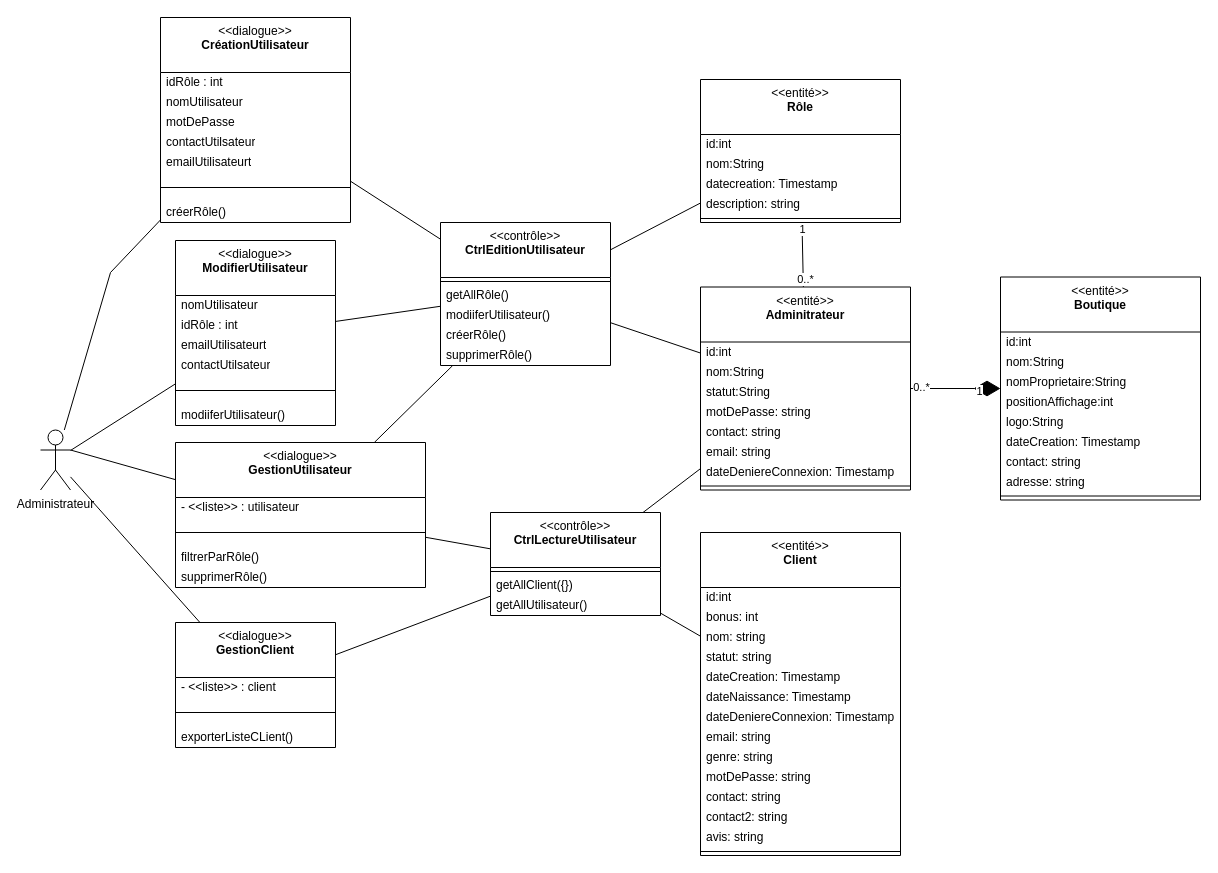
The draw.io diagram page "DCP-2-GESTION-DES-UTLISATEURS" (9 of 10) of Diagramme cas d'utiilisation katina.drawio in kbvac/Diagramme-UML, before the edit. Source tidied: cells renumbered, new cells numbered last; positions are measured from the earlier drawing's top-left corner, leaving out a move shared by most shapes. Both pictures are drawn from the tidied source at 100%, with x=0, y=0 at pixel (40, 17).
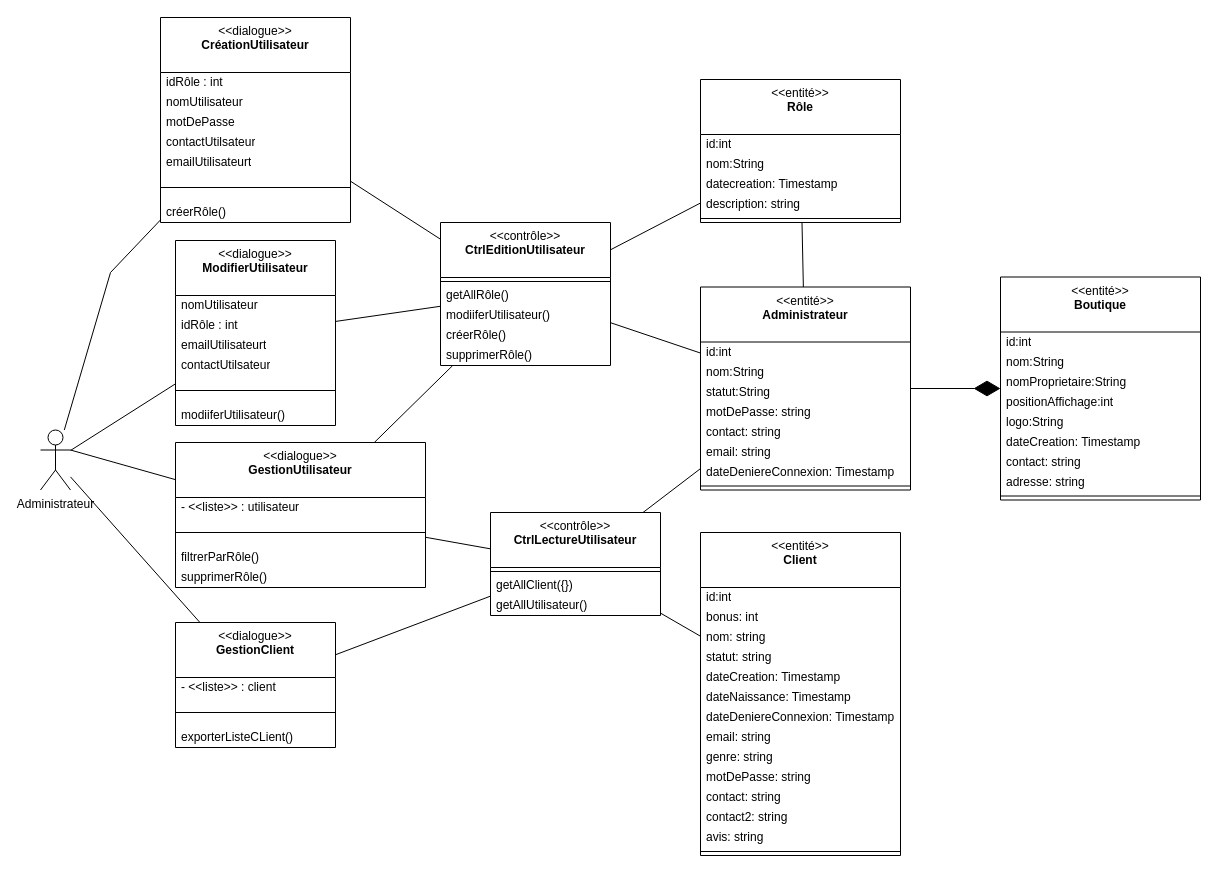
The same page after the edit.

The change refers to these unchanged cells:
```xml
<mxCell id="52" style="endArrow=diamondThin;endFill=1;endSize=24;html=1;rounded=0;" parent="1" edge="1" source="32" target="42">
  <mxGeometry relative="1" as="geometry" />
</mxCell>
<mxCell id="90" style="endArrow=none;startArrow=none;endFill=0;startFill=0;endSize=8;html=1;verticalAlign=bottom;labelBackgroundColor=none;strokeWidth=1;rounded=0;" parent="1" edge="1" source="84" target="32">
  <mxGeometry relative="1" as="geometry" />
</mxCell>
```

Change to the diagram source:
```diff
@@
-    <mxCell id="32" value="&amp;lt;&amp;lt;entité&amp;gt;&amp;gt;&lt;br&gt;&lt;b&gt;Adminitrateur&lt;/b&gt;" style="swimlane;fontStyle=0;align=center;verticalAlign=top;horizontal=1;startSize=55;html=1;whiteSpace=wrap;" parent="1" vertex="1">
+    <mxCell id="32" value="&amp;lt;&amp;lt;entité&amp;gt;&amp;gt;&lt;br&gt;&lt;b&gt;Administrateur&lt;/b&gt;" style="swimlane;fontStyle=0;align=center;verticalAlign=top;horizontal=1;startSize=55;html=1;whiteSpace=wrap;" parent="1" vertex="1">
       <mxGeometry x="660" y="269.5" width="210" height="203" as="geometry" />
     </mxCell>
@@
-    <mxCell id="53" value="1" style="edgeLabel;html=1;align=center;verticalAlign=middle;" parent="52" vertex="1">
-      <mxGeometry x="0.52" y="-2" relative="1" as="geometry" />
-    </mxCell>
-    <mxCell id="54" value="0..*" style="edgeLabel;html=1;align=center;verticalAlign=middle;" parent="52" vertex="1">
-      <mxGeometry x="-0.78" y="2" relative="1" as="geometry" />
-    </mxCell>
@@
-    <mxCell id="91" value="1" style="edgeLabel;html=1;align=center;verticalAlign=middle;" parent="90" vertex="1">
-      <mxGeometry x="-0.78" relative="1" as="geometry" />
-    </mxCell>
-    <mxCell id="92" value="0..*" style="edgeLabel;html=1;align=center;verticalAlign=middle;" parent="90" vertex="1">
-      <mxGeometry x="0.74" y="2" relative="1" as="geometry">
-        <mxPoint y="1" as="offset" />
-      </mxGeometry>
-    </mxCell>
```
